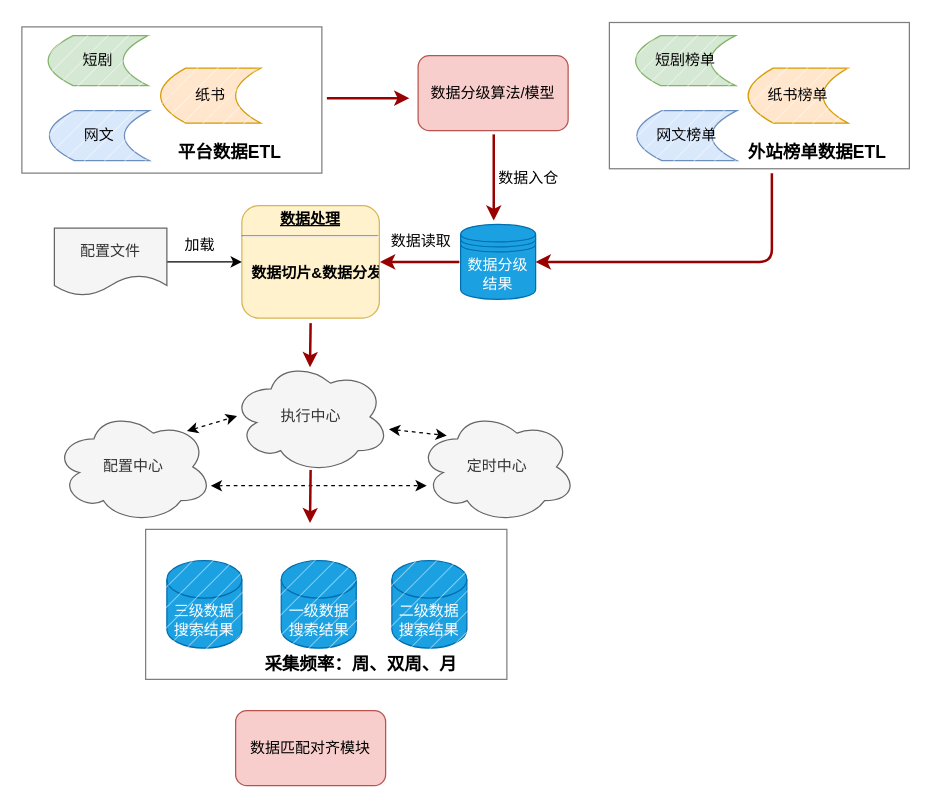
The draw.io diagram 数据采集方案2.drawio in Luoxun1989/work-graph, before the edit. Source tidied: cells renumbered, new cells numbered last; positions are measured from the earlier drawing's top-left corner, leaving out a move shared by most shapes. Both pictures are drawn from the tidied source at 125%, with x=0, y=0 at pixel (21, 22).
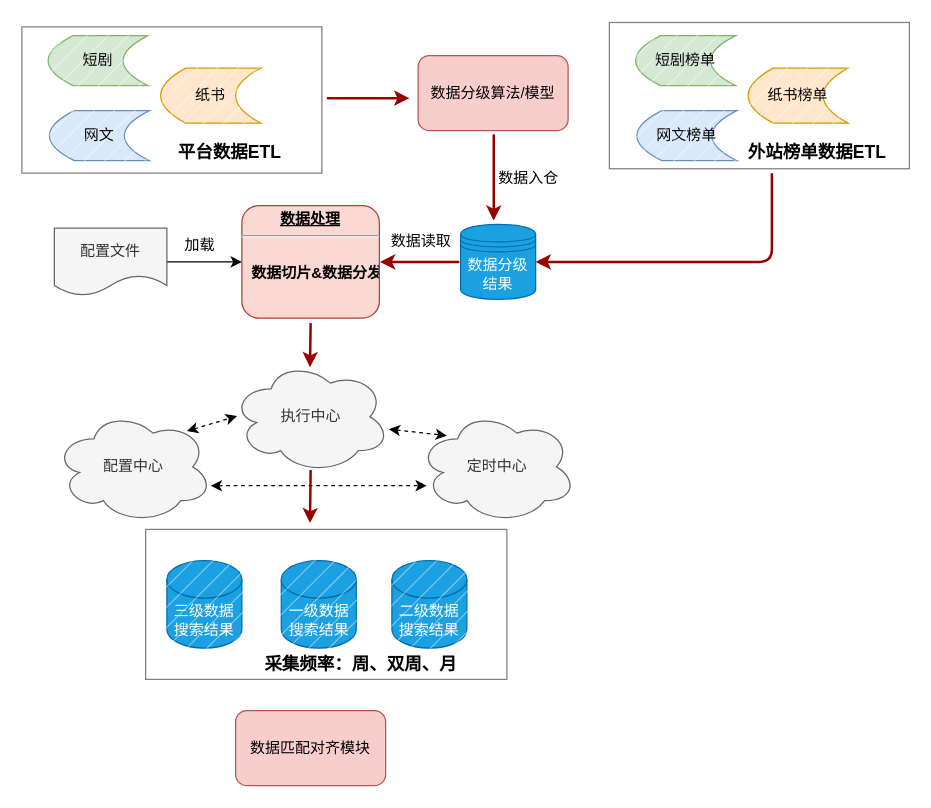
The same diagram, later.

Commit message (it also covers changes not shown here):
更新数据采集方案2.drawio

Diff of the diagram source:
```diff
@@
-    <mxCell id="2" value="&lt;p style=&quot;margin: 0px; margin-top: 4px; text-align: center; text-decoration: underline;&quot;&gt;&lt;strong&gt;数据处理&lt;br&gt;&lt;/strong&gt;&lt;/p&gt;&lt;hr&gt;&lt;p style=&quot;margin: 0px; margin-left: 8px;&quot;&gt;&lt;br&gt;&lt;/p&gt;&lt;p style=&quot;margin: 0px; margin-left: 8px;&quot;&gt;数据切片&amp;amp;数据分发&lt;/p&gt;" style="verticalAlign=middle;align=center;overflow=fill;fontSize=12;fontFamily=Helvetica;html=1;rounded=1;fontStyle=1;strokeWidth=1;fillColor=#fff2cc;strokeColor=#d6b656;" parent="1" vertex="1">
+    <mxCell id="2" value="&lt;p style=&quot;margin: 0px; margin-top: 4px; text-align: center; text-decoration: underline;&quot;&gt;&lt;strong&gt;数据处理&lt;br&gt;&lt;/strong&gt;&lt;/p&gt;&lt;hr&gt;&lt;p style=&quot;margin: 0px; margin-left: 8px;&quot;&gt;&lt;br&gt;&lt;/p&gt;&lt;p style=&quot;margin: 0px; margin-left: 8px;&quot;&gt;数据切片&amp;amp;数据分发&lt;/p&gt;" style="verticalAlign=middle;align=center;overflow=fill;fontSize=12;fontFamily=Helvetica;html=1;rounded=1;fontStyle=1;strokeWidth=1;fillColor=#fad9d5;strokeColor=#ae4132;" parent="1" vertex="1">
       <mxGeometry x="176" y="146" width="110" height="90" as="geometry" />
     </mxCell>
```
